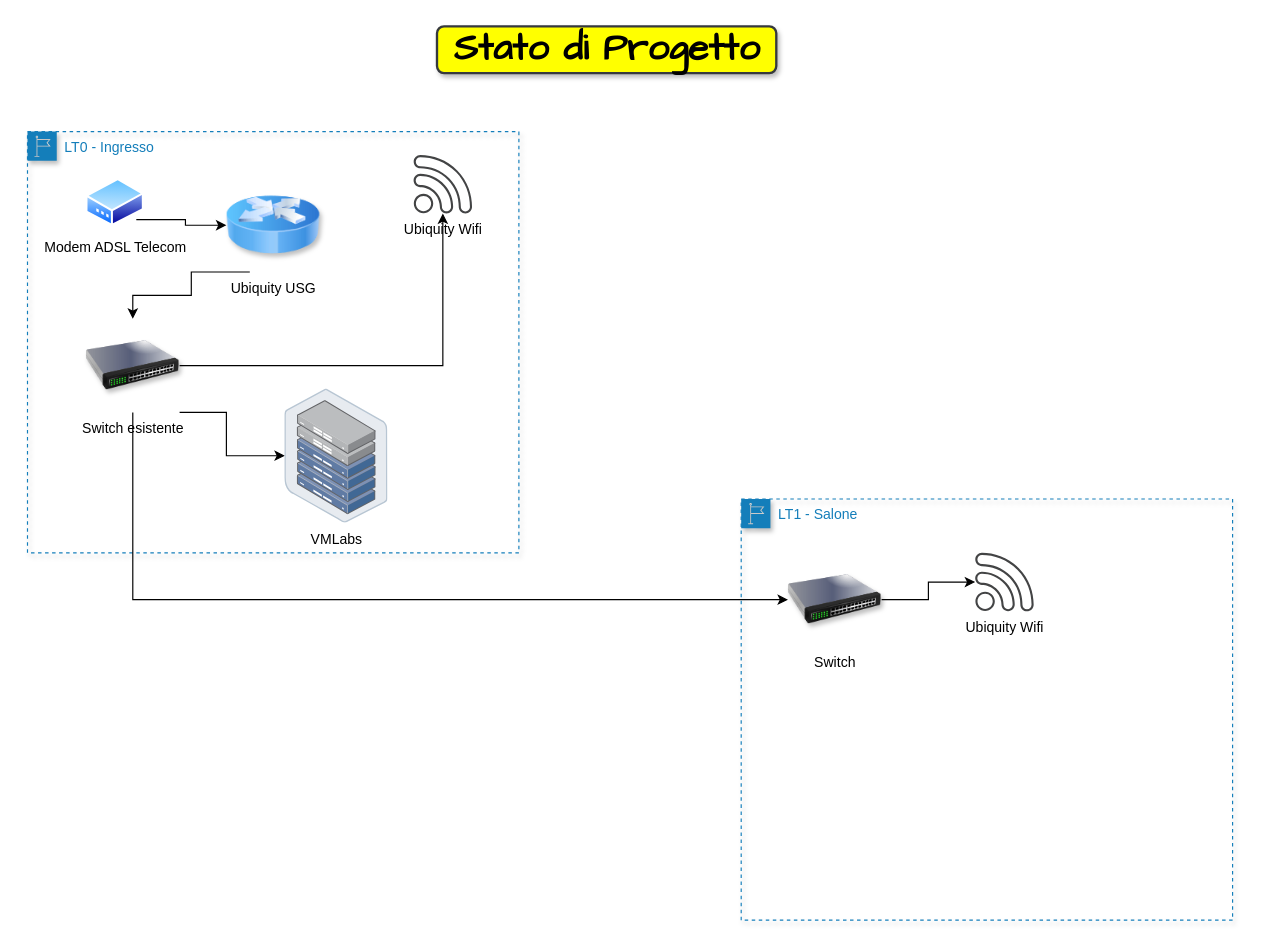
Before: page "Stato di Progetto" (2 of 2) of Rete_FabLab.drawio in balepari/Rete_FabLab, a draw.io diagram. Source tidied: cells renumbered, new cells numbered last; positions are measured from the earlier drawing's top-left corner, leaving out a move shared by most shapes. Both pictures are drawn from the tidied source at 117%, with x=0, y=0 at pixel (27, 26). Pictures stored in the file or linked from it are replaced by grey dashed boxes.
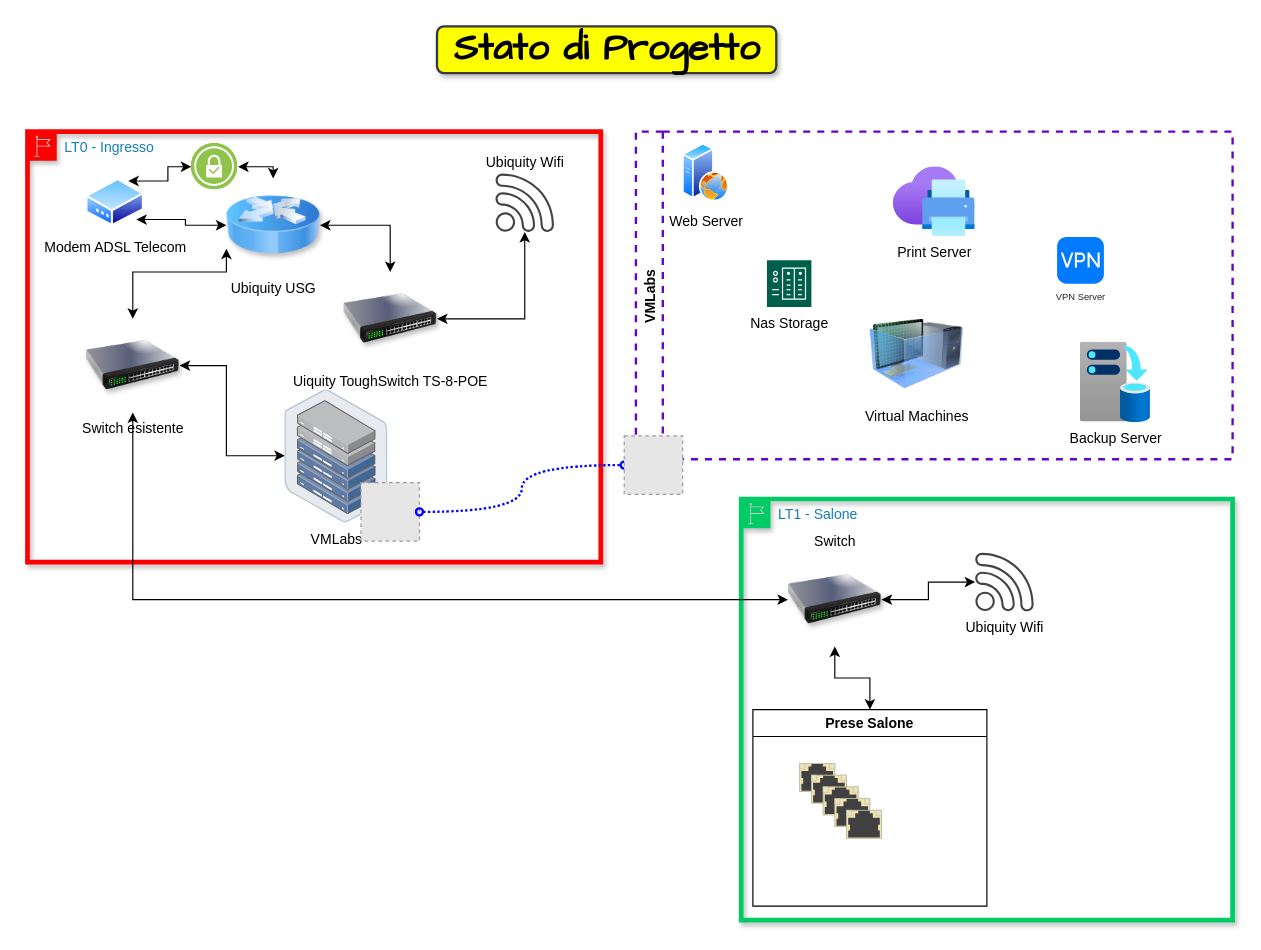
Above is the later version.

Unchanged cells that the change refers to:
```xml
<mxCell id="4" value="Modem ADSL Telecom" style="perimeter=ellipsePerimeter;html=1;align=center;shadow=0;dashed=0;spacingTop=3;image;image=img/lib/active_directory/modem.svg;" parent="2" vertex="1">
  <mxGeometry x="50" y="40" width="50" height="41.5" as="geometry" />
</mxCell>
<mxCell id="6" value="Ubiquity USG" style="image;html=1;image=img/lib/clip_art/networking/Router_Icon_128x128.png;rounded=1;shadow=1;glass=0;sketch=0;fontFamily=Helvetica;fontSize=12;strokeWidth=2;fillColor=none;" parent="2" vertex="1">
  <mxGeometry x="170" y="40" width="80" height="80" as="geometry" />
</mxCell>
<mxCell id="11" value="VMLabs" style="points=[];html=1;align=center;shadow=0;dashed=0;image;image=img/lib/allied_telesis/storage/Datacenter_Server_Half_Rack_ToR.svg;rounded=1;glass=0;sketch=0;fontFamily=Helvetica;fontSize=12;strokeWidth=2;fillColor=none;" parent="2" vertex="1">
  <mxGeometry x="220" y="220" width="88.2" height="114.6" as="geometry" />
</mxCell>
```

Change to the diagram source:
```diff
@@
+    <mxCell id="12" value="LT1 - Salone" style="gradientColor=none;html=1;whiteSpace=wrap;fontSize=12;fontStyle=0;shape=mxgraph.aws4.group;grIcon=mxgraph.aws4.group_region;strokeColor=#00CC66;fillColor=none;verticalAlign=top;align=left;spacingLeft=30;fontColor=#147EBA;rounded=1;shadow=1;glass=0;sketch=0;fontFamily=Helvetica;strokeWidth=4;" parent="1" vertex="1">
+      <mxGeometry x="610" y="404" width="420" height="360" as="geometry" />
+    </mxCell>
+    <mxCell id="13" style="edgeStyle=orthogonalEdgeStyle;rounded=0;jettySize=auto;html=1;exitX=1;exitY=0.5;exitDx=0;exitDy=0;fontFamily=Helvetica;fontSize=12;startArrow=classic;startFill=1;" parent="12" edge="1" source="14" target="15">
+      <mxGeometry relative="1" as="geometry" />
+    </mxCell>
+    <mxCell id="18" style="edgeStyle=orthogonalEdgeStyle;rounded=0;jettySize=auto;html=1;exitX=0.5;exitY=1;exitDx=0;exitDy=0;entryX=0.5;entryY=0;entryDx=0;entryDy=0;startArrow=classic;startFill=1;" parent="12" edge="1" source="14" target="24">
+      <mxGeometry relative="1" as="geometry" />
+    </mxCell>
+    <mxCell id="14" value="Switch" style="image;html=1;image=img/lib/clip_art/networking/Switch_128x128.png;rounded=1;shadow=1;glass=0;sketch=0;fontFamily=Helvetica;fontSize=12;strokeWidth=2;fillColor=none;labelPosition=center;verticalLabelPosition=top;align=center;verticalAlign=bottom;" parent="12" vertex="1">
+      <mxGeometry x="40" y="46" width="80" height="80" as="geometry" />
+    </mxCell>
+    <mxCell id="15" value="Ubiquity Wifi" style="sketch=0;shadow=0;dashed=0;html=1;strokeColor=none;fillColor=#434445;labelPosition=center;verticalLabelPosition=bottom;verticalAlign=top;align=center;outlineConnect=0;shape=mxgraph.vvd.wi_fi;rounded=1;glass=0;fontFamily=Helvetica;fontSize=12;" parent="12" vertex="1">
+      <mxGeometry x="200" y="46" width="50" height="50" as="geometry" />
+    </mxCell>
+    <mxCell id="19" style="html=1;verticalLabelPosition=bottom;verticalAlign=top;shadow=0;dashed=0;shape=mxgraph.rack.hpe_aruba.switches.rj45_sfp;" parent="12" vertex="1">
+      <mxGeometry x="50" y="226" width="30" height="24" as="geometry" />
+    </mxCell>
+    <mxCell id="20" style="html=1;verticalLabelPosition=bottom;verticalAlign=top;shadow=0;dashed=0;shape=mxgraph.rack.hpe_aruba.switches.rj45_sfp;" parent="12" vertex="1">
+      <mxGeometry x="60" y="236" width="30" height="24" as="geometry" />
+    </mxCell>
+    <mxCell id="21" style="html=1;verticalLabelPosition=bottom;verticalAlign=top;shadow=0;dashed=0;shape=mxgraph.rack.hpe_aruba.switches.rj45_sfp;" parent="12" vertex="1">
+      <mxGeometry x="70" y="246" width="30" height="24" as="geometry" />
+    </mxCell>
+    <mxCell id="22" style="html=1;verticalLabelPosition=bottom;verticalAlign=top;shadow=0;dashed=0;shape=mxgraph.rack.hpe_aruba.switches.rj45_sfp;" parent="12" vertex="1">
+      <mxGeometry x="80" y="256" width="30" height="24" as="geometry" />
+    </mxCell>
+    <mxCell id="23" style="html=1;verticalLabelPosition=bottom;verticalAlign=top;shadow=0;dashed=0;shape=mxgraph.rack.hpe_aruba.switches.rj45_sfp;" parent="12" vertex="1">
+      <mxGeometry x="90" y="266" width="30" height="24" as="geometry" />
+    </mxCell>
+    <mxCell id="24" value="Prese Salone" style="swimlane;" parent="12" vertex="1">
+      <mxGeometry x="10" y="180" width="200" height="168" as="geometry" />
+    </mxCell>
-    <mxCell id="2" value="LT0 - Ingresso" style="gradientColor=none;html=1;whiteSpace=wrap;fontSize=12;fontStyle=0;shape=mxgraph.aws4.group;grIcon=mxgraph.aws4.group_region;strokeColor=#147EBA;fillColor=none;verticalAlign=top;align=left;spacingLeft=30;fontColor=#147EBA;dashed=1;rounded=1;shadow=1;glass=0;sketch=0;fontFamily=Helvetica;" parent="1" vertex="1">
-      <mxGeometry y="90" width="420" height="360" as="geometry" />
+    <mxCell id="2" value="LT0 - Ingresso" style="gradientColor=none;html=1;whiteSpace=wrap;fontSize=12;fontStyle=0;shape=mxgraph.aws4.group;grIcon=mxgraph.aws4.group_region;strokeColor=#FF0000;fillColor=none;verticalAlign=top;align=left;spacingLeft=30;fontColor=#147EBA;rounded=1;shadow=1;glass=0;sketch=0;fontFamily=Helvetica;perimeterSpacing=0;strokeWidth=4;" parent="1" vertex="1">
+      <mxGeometry y="90" width="490" height="368" as="geometry" />
     </mxCell>
-    <mxCell id="3" style="edgeStyle=orthogonalEdgeStyle;rounded=0;jettySize=auto;html=1;exitX=1;exitY=1;exitDx=0;exitDy=0;fontFamily=Helvetica;fontSize=12;" parent="2" edge="1" source="4" target="6">
+    <mxCell id="3" style="edgeStyle=orthogonalEdgeStyle;rounded=0;jettySize=auto;html=1;exitX=1;exitY=1;exitDx=0;exitDy=0;fontFamily=Helvetica;fontSize=12;startArrow=classic;startFill=1;" parent="2" edge="1" source="4" target="6">
       <mxGeometry relative="1" as="geometry" />
     </mxCell>
@@
-    <mxCell id="5" style="edgeStyle=orthogonalEdgeStyle;rounded=0;jettySize=auto;html=1;exitX=0.25;exitY=1;exitDx=0;exitDy=0;fontFamily=Helvetica;fontSize=12;" parent="2" edge="1" source="6" target="10">
+    <mxCell id="5" style="edgeStyle=orthogonalEdgeStyle;rounded=0;jettySize=auto;html=1;exitX=0;exitY=0.75;exitDx=0;exitDy=0;entryX=0.5;entryY=0;entryDx=0;entryDy=0;startArrow=classic;startFill=1;" parent="2" edge="1" source="6" target="10">
       <mxGeometry relative="1" as="geometry">
         <Array as="points">
-          <mxPoint x="140" y="120" />
-          <mxPoint x="140" y="140" />
-          <mxPoint x="90" y="140" />
+          <mxPoint x="170" y="120" />
+          <mxPoint x="90" y="120" />
         </Array>
       </mxGeometry>
     </mxCell>
+    <mxCell id="25" style="edgeStyle=orthogonalEdgeStyle;rounded=0;jettySize=auto;html=1;exitX=1;exitY=0.5;exitDx=0;exitDy=0;entryX=0.5;entryY=0;entryDx=0;entryDy=0;startArrow=classic;startFill=1;" parent="2" edge="1" source="6" target="27">
+      <mxGeometry relative="1" as="geometry" />
+    </mxCell>
@@
-    <mxCell id="7" value="Ubiquity Wifi" style="sketch=0;shadow=0;dashed=0;html=1;strokeColor=none;fillColor=#434445;labelPosition=center;verticalLabelPosition=bottom;verticalAlign=top;align=center;outlineConnect=0;shape=mxgraph.vvd.wi_fi;rounded=1;glass=0;fontFamily=Helvetica;fontSize=12;" parent="2" vertex="1">
-      <mxGeometry x="330" y="20" width="50" height="50" as="geometry" />
+    <mxCell id="7" value="Ubiquity Wifi" style="sketch=0;shadow=0;dashed=0;html=1;strokeColor=none;fillColor=#434445;labelPosition=center;verticalLabelPosition=top;verticalAlign=bottom;align=center;outlineConnect=0;shape=mxgraph.vvd.wi_fi;rounded=1;glass=0;fontFamily=Helvetica;fontSize=12;" parent="2" vertex="1">
+      <mxGeometry x="400" y="35.8" width="50" height="50" as="geometry" />
     </mxCell>
-    <mxCell id="8" style="edgeStyle=orthogonalEdgeStyle;rounded=0;jettySize=auto;html=1;exitX=1;exitY=0.5;exitDx=0;exitDy=0;fontFamily=Helvetica;fontSize=12;" parent="2" edge="1" source="10" target="7">
-      <mxGeometry relative="1" as="geometry" />
-    </mxCell>
-    <mxCell id="9" style="edgeStyle=orthogonalEdgeStyle;rounded=0;jettySize=auto;html=1;exitX=1;exitY=1;exitDx=0;exitDy=0;fontFamily=Helvetica;fontSize=12;" parent="2" edge="1" source="10" target="11">
+    <mxCell id="9" style="edgeStyle=orthogonalEdgeStyle;rounded=0;jettySize=auto;html=1;exitX=1;exitY=0.5;exitDx=0;exitDy=0;fontFamily=Helvetica;fontSize=12;startArrow=classic;startFill=1;" parent="2" edge="1" source="10" target="11">
       <mxGeometry relative="1" as="geometry">
         <Array as="points">
-          <mxPoint x="170" y="240" />
+          <mxPoint x="170" y="200" />
           <mxPoint x="170" y="277" />
         </Array>
       </mxGeometry>
     </mxCell>
-    <mxCell id="10" value="Switch esistente" style="image;html=1;image=img/lib/clip_art/networking/Switch_128x128.png;rounded=1;shadow=1;glass=0;sketch=0;fontFamily=Helvetica;fontSize=12;strokeWidth=2;fillColor=none;" parent="2" vertex="1">
+    <mxCell id="10" value="Switch esistente" style="image;html=1;image=img/lib/clip_art/networking/Switch_128x128.png;rounded=1;shadow=1;glass=0;sketch=0;fontFamily=Helvetica;fontSize=12;strokeWidth=2;fillColor=none;labelPosition=center;verticalLabelPosition=bottom;align=center;verticalAlign=top;" parent="2" vertex="1">
       <mxGeometry x="50" y="160" width="80" height="80" as="geometry" />
     </mxCell>
@@
-    <mxCell id="12" value="LT1 - Salone" style="gradientColor=none;html=1;whiteSpace=wrap;fontSize=12;fontStyle=0;shape=mxgraph.aws4.group;grIcon=mxgraph.aws4.group_region;strokeColor=#147EBA;fillColor=none;verticalAlign=top;align=left;spacingLeft=30;fontColor=#147EBA;dashed=1;rounded=1;shadow=1;glass=0;sketch=0;fontFamily=Helvetica;" parent="1" vertex="1">
-      <mxGeometry x="610" y="404" width="420" height="360" as="geometry" />
-    </mxCell>
-    <mxCell id="13" style="edgeStyle=orthogonalEdgeStyle;rounded=0;jettySize=auto;html=1;exitX=1;exitY=0.5;exitDx=0;exitDy=0;fontFamily=Helvetica;fontSize=12;" parent="12" edge="1" source="14" target="15">
-      <mxGeometry relative="1" as="geometry" />
-    </mxCell>
-    <mxCell id="14" value="Switch" style="image;html=1;image=img/lib/clip_art/networking/Switch_128x128.png;rounded=1;shadow=1;glass=0;sketch=0;fontFamily=Helvetica;fontSize=12;strokeWidth=2;fillColor=none;" parent="12" vertex="1">
-      <mxGeometry x="40" y="46" width="80" height="80" as="geometry" />
-    </mxCell>
-    <mxCell id="15" value="Ubiquity Wifi" style="sketch=0;shadow=0;dashed=0;html=1;strokeColor=none;fillColor=#434445;labelPosition=center;verticalLabelPosition=bottom;verticalAlign=top;align=center;outlineConnect=0;shape=mxgraph.vvd.wi_fi;rounded=1;glass=0;fontFamily=Helvetica;fontSize=12;" parent="12" vertex="1">
-      <mxGeometry x="200" y="46" width="50" height="50" as="geometry" />
-    </mxCell>
+    <mxCell id="26" style="edgeStyle=orthogonalEdgeStyle;rounded=0;jettySize=auto;html=1;exitX=1;exitY=0.5;exitDx=0;exitDy=0;startArrow=classic;startFill=1;" parent="2" edge="1" source="27" target="7">
+      <mxGeometry relative="1" as="geometry" />
+    </mxCell>
+    <mxCell id="27" value="Uiquity ToughSwitch TS-8-POE" style="image;html=1;image=img/lib/clip_art/networking/Switch_128x128.png;rounded=1;shadow=1;glass=0;sketch=0;fontFamily=Helvetica;fontSize=12;strokeWidth=2;fillColor=none;" parent="2" vertex="1">
+      <mxGeometry x="270" y="120" width="80" height="80" as="geometry" />
+    </mxCell>
+    <mxCell id="28" style="fillColor=#E6E6E6;strokeColor=#999999;dashed=1;html=1;verticalAlign=top;verticalLabelPosition=bottom;labelBackgroundColor=default;fontColor=default;" parent="2" vertex="1">
+      <mxGeometry x="285" y="300" width="50" height="50" as="geometry" />
+    </mxCell>
+    <mxCell id="29" style="edgeStyle=orthogonalEdgeStyle;jettySize=auto;html=1;exitX=0;exitY=0.5;exitDx=0;exitDy=0;entryX=0.75;entryY=0;entryDx=0;entryDy=0;strokeColor=default;strokeWidth=1;rounded=0;startArrow=classic;startFill=1;" parent="2" edge="1" source="31" target="4">
+      <mxGeometry relative="1" as="geometry" />
+    </mxCell>
+    <mxCell id="30" style="edgeStyle=orthogonalEdgeStyle;jettySize=auto;html=1;exitX=1;exitY=0.5;exitDx=0;exitDy=0;strokeColor=#000000;strokeWidth=1;rounded=0;startArrow=classic;startFill=1;" parent="2" edge="1" source="31" target="6">
+      <mxGeometry relative="1" as="geometry">
+        <Array as="points">
+          <mxPoint x="210" y="30" />
+        </Array>
+      </mxGeometry>
+    </mxCell>
+    <mxCell id="31" style="perimeter=ellipsePerimeter;html=1;align=center;shadow=0;dashed=0;fontColor=#4277BB;labelBackgroundColor=#ffffff;fontSize=12;spacingTop=3;image;image=img/lib/ibm/vpc/VPNGateway.svg;sketch=0;" parent="2" vertex="1">
+      <mxGeometry x="140" y="10" width="40" height="40" as="geometry" />
+    </mxCell>
-    <mxCell id="16" style="edgeStyle=orthogonalEdgeStyle;rounded=0;jettySize=auto;html=1;exitX=0.5;exitY=1;exitDx=0;exitDy=0;entryX=0;entryY=0.5;entryDx=0;entryDy=0;fontFamily=Helvetica;fontSize=12;" parent="1" edge="1" source="10" target="14">
+    <mxCell id="16" style="edgeStyle=orthogonalEdgeStyle;rounded=0;jettySize=auto;html=1;exitX=0.5;exitY=1;exitDx=0;exitDy=0;entryX=0;entryY=0.5;entryDx=0;entryDy=0;fontFamily=Helvetica;fontSize=12;startArrow=classic;startFill=1;" parent="1" edge="1" source="10" target="14">
       <mxGeometry relative="1" as="geometry" />
     </mxCell>
@@
+    <mxCell id="32" value="VMLabs" style="swimlane;horizontal=0;sketch=0;strokeColor=#6600CC;strokeWidth=2;dashed=1;" parent="1" vertex="1">
+      <mxGeometry x="520" y="90" width="510" height="280" as="geometry" />
+    </mxCell>
+    <mxCell id="33" value="Web Server" style="perimeter=ellipsePerimeter;html=1;align=center;shadow=0;dashed=0;spacingTop=3;image;image=img/lib/active_directory/web_server.svg;sketch=0;" parent="32" vertex="1">
+      <mxGeometry x="40" y="10" width="40" height="50" as="geometry" />
+    </mxCell>
+    <mxCell id="34" value="Nas Storage" style="sketch=0;shadow=0;dashed=0;html=1;strokeColor=none;fillColor=#005F4B;labelPosition=center;verticalLabelPosition=bottom;verticalAlign=top;align=center;shape=mxgraph.veeam2.nas;" parent="32" vertex="1">
+      <mxGeometry x="112" y="110" width="38" height="40" as="geometry" />
+    </mxCell>
+    <mxCell id="35" value="Virtual Machines" style="image;html=1;image=img/lib/clip_art/computers/Virtual_Machine_128x128.png;sketch=0;" parent="32" vertex="1">
+      <mxGeometry x="200" y="150" width="80" height="80" as="geometry" />
+    </mxCell>
+    <mxCell id="36" value="Print Server" style="html=1;align=center;image;fontSize=12;image=img/lib/azure2/other/Universal_Print.svg;sketch=0;" parent="32" vertex="1">
+      <mxGeometry x="220" y="30" width="70" height="60" as="geometry" />
+    </mxCell>
+    <mxCell id="37" value="VPN Server" style="html=1;strokeWidth=1;shadow=0;dashed=0;shape=mxgraph.ios7.misc.vpn;fillColor=#007AFF;strokeColor=none;buttonText=;strokeColor2=#222222;fontColor=#222222;fontSize=8;verticalLabelPosition=bottom;verticalAlign=top;align=center;sketch=0;" parent="32" vertex="1">
+      <mxGeometry x="360" y="90" width="40" height="40" as="geometry" />
+    </mxCell>
+    <mxCell id="38" value="Backup Server" style="html=1;align=center;image;fontSize=12;image=img/lib/azure2/azure_stack/Infrastructure_Backup.svg;sketch=0;" parent="32" vertex="1">
+      <mxGeometry x="380" y="180" width="60" height="69" as="geometry" />
+    </mxCell>
+    <mxCell id="39" style="edgeStyle=orthogonalEdgeStyle;jettySize=auto;html=1;exitX=1;exitY=0.5;exitDx=0;exitDy=0;entryX=0;entryY=0.5;entryDx=0;entryDy=0;curved=1;strokeColor=#0000FF;strokeWidth=2;dashed=1;endArrow=oval;endFill=0;startArrow=oval;startFill=0;dashPattern=1 1;" parent="1" edge="1" source="28" target="40">
+      <mxGeometry relative="1" as="geometry" />
+    </mxCell>
+    <mxCell id="40" style="fillColor=#E6E6E6;strokeColor=#999999;dashed=1;html=1;verticalAlign=top;verticalLabelPosition=bottom;labelBackgroundColor=#ffffff;" parent="1" vertex="1">
+      <mxGeometry x="510" y="350" width="50" height="50" as="geometry" />
+    </mxCell>
```
